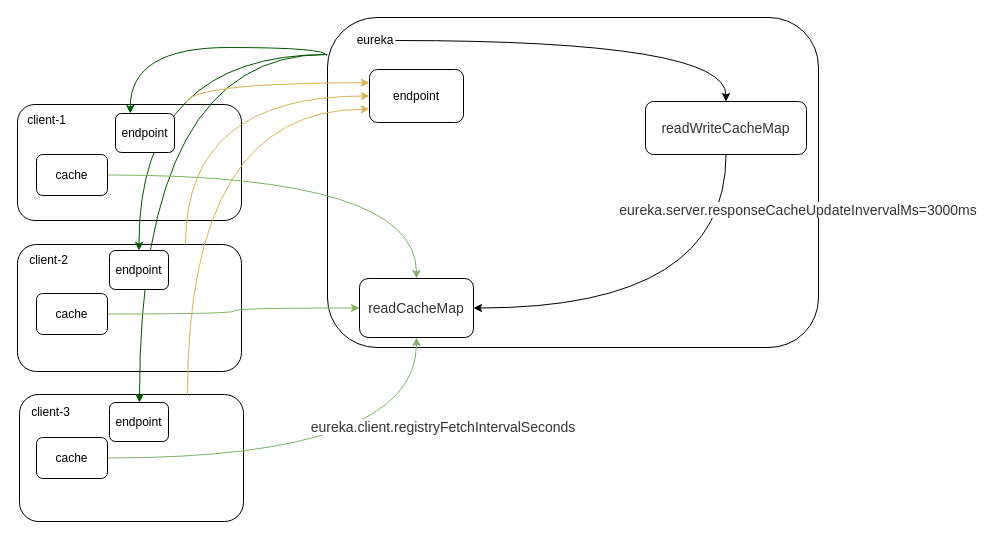
mingtian110/pc_home keeps this draw.io diagram as eureka注册.drawio. Above is the earlier version. Source tidied: cells renumbered, new cells numbered last; positions are measured from the earlier drawing's top-left corner, leaving out a move shared by most shapes. Both pictures are drawn from the tidied source at 100%, with x=0, y=0 at pixel (17, 17).
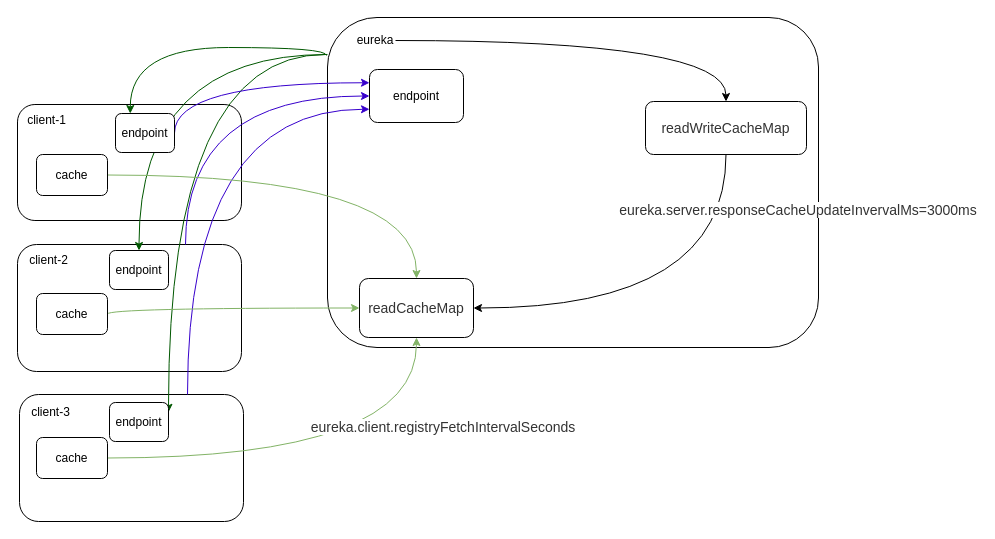
Above is the later version.

The change refers to these unchanged cells:
```xml
<mxCell id="2" style="rounded=1;whiteSpace=wrap;html=1;" parent="1" vertex="1">
  <mxGeometry y="87" width="224" height="116" as="geometry" />
</mxCell>
<mxCell id="3" style="rounded=1;whiteSpace=wrap;html=1;" parent="1" vertex="1">
  <mxGeometry y="227" width="224" height="127" as="geometry" />
</mxCell>
<mxCell id="4" style="rounded=1;whiteSpace=wrap;html=1;" parent="1" vertex="1">
  <mxGeometry x="2" y="377" width="224" height="127" as="geometry" />
</mxCell>
<mxCell id="8" style="rounded=1;whiteSpace=wrap;html=1;" parent="1" vertex="1">
  <mxGeometry x="310" width="491" height="330" as="geometry" />
</mxCell>
<mxCell id="11" value="&lt;div style=&quot;text-align: left ; line-height: 1.75 ; font-size: 14px&quot;&gt;&lt;span style=&quot;font-family: &amp;#34;arial&amp;#34; ; color: rgb(51 , 51 , 51) ; background-color: rgb(255 , 255 , 255)&quot;&gt;readCacheMap&lt;/span&gt;&lt;/div&gt;" style="rounded=1;whiteSpace=wrap;html=1;" parent="1" vertex="1">
  <mxGeometry x="342" y="261" width="114" height="59" as="geometry" />
</mxCell>
<mxCell id="15" value="endpoint" style="rounded=1;whiteSpace=wrap;html=1;" parent="1" vertex="1">
  <mxGeometry x="352" y="52" width="94" height="53" as="geometry" />
</mxCell>
<mxCell id="23" value="cache" style="rounded=1;whiteSpace=wrap;html=1;" parent="1" vertex="1">
  <mxGeometry x="19" y="276" width="71" height="41" as="geometry" />
</mxCell>
<mxCell id="29" value="endpoint" style="rounded=1;whiteSpace=wrap;html=1;" parent="1" vertex="1">
  <mxGeometry x="98" y="96" width="59" height="39" as="geometry" />
</mxCell>
<mxCell id="31" value="endpoint" style="rounded=1;whiteSpace=wrap;html=1;" parent="1" vertex="1">
  <mxGeometry x="92" y="385" width="59" height="39" as="geometry" />
</mxCell>
```

Diff of the diagram source:
```diff
@@
-    <mxCell id="7" style="edgeStyle=orthogonalEdgeStyle;curved=1;jettySize=auto;html=1;exitX=-0.004;exitY=0.112;exitDx=0;exitDy=0;shadow=0;exitPerimeter=0;fillColor=#008a00;strokeColor=#005700;" parent="1" edge="1" source="8" target="31">
+    <mxCell id="7" style="edgeStyle=orthogonalEdgeStyle;curved=1;jettySize=auto;html=1;exitX=-0.004;exitY=0.112;exitDx=0;exitDy=0;shadow=0;exitPerimeter=0;fillColor=#008a00;strokeColor=#005700;entryX=1;entryY=0.25;entryDx=0;entryDy=0;" parent="1" edge="1" source="8" target="31">
       <mxGeometry relative="1" as="geometry">
         <Array as="points">
-          <mxPoint x="122" y="37" />
+          <mxPoint x="151" y="37" />
         </Array>
       </mxGeometry>
     </mxCell>
@@
-    <mxCell id="16" style="edgeStyle=orthogonalEdgeStyle;curved=1;jettySize=auto;html=1;exitX=0.75;exitY=0;exitDx=0;exitDy=0;entryX=0;entryY=0.75;entryDx=0;entryDy=0;shadow=0;fillColor=#fff2cc;strokeColor=#d6b656;" parent="1" edge="1" source="4" target="15">
+    <mxCell id="16" style="edgeStyle=orthogonalEdgeStyle;curved=1;jettySize=auto;html=1;exitX=0.75;exitY=0;exitDx=0;exitDy=0;entryX=0;entryY=0.75;entryDx=0;entryDy=0;shadow=0;fillColor=#6a00ff;strokeColor=#3700CC;" parent="1" edge="1" source="4" target="15">
       <mxGeometry relative="1" as="geometry" />
     </mxCell>
-    <mxCell id="17" style="edgeStyle=orthogonalEdgeStyle;curved=1;jettySize=auto;html=1;exitX=0.75;exitY=0;exitDx=0;exitDy=0;entryX=0;entryY=0.5;entryDx=0;entryDy=0;shadow=0;fillColor=#fff2cc;strokeColor=#d6b656;" parent="1" edge="1" source="3" target="15">
+    <mxCell id="17" style="edgeStyle=orthogonalEdgeStyle;curved=1;jettySize=auto;html=1;exitX=0.75;exitY=0;exitDx=0;exitDy=0;entryX=0;entryY=0.5;entryDx=0;entryDy=0;shadow=0;fillColor=#6a00ff;strokeColor=#3700CC;" parent="1" edge="1" source="3" target="15">
       <mxGeometry relative="1" as="geometry" />
     </mxCell>
-    <mxCell id="18" style="edgeStyle=orthogonalEdgeStyle;curved=1;jettySize=auto;html=1;exitX=0.75;exitY=0;exitDx=0;exitDy=0;entryX=0;entryY=0.25;entryDx=0;entryDy=0;shadow=0;fillColor=#fff2cc;strokeColor=#d6b656;" parent="1" edge="1" source="2" target="15">
-      <mxGeometry relative="1" as="geometry" />
+    <mxCell id="18" style="edgeStyle=orthogonalEdgeStyle;curved=1;jettySize=auto;html=1;exitX=1;exitY=0.5;exitDx=0;exitDy=0;entryX=0;entryY=0.25;entryDx=0;entryDy=0;shadow=0;fillColor=#6a00ff;strokeColor=#3700CC;" parent="1" edge="1" source="29" target="15">
+      <mxGeometry relative="1" as="geometry">
+        <Array as="points">
+          <mxPoint x="157" y="65" />
+        </Array>
+      </mxGeometry>
     </mxCell>
@@
     <mxCell id="22" style="edgeStyle=orthogonalEdgeStyle;curved=1;jettySize=auto;html=1;exitX=1;exitY=0.5;exitDx=0;exitDy=0;entryX=0;entryY=0.5;entryDx=0;entryDy=0;shadow=0;fillColor=#d5e8d4;strokeColor=#82b366;" parent="1" edge="1" source="23" target="11">
-      <mxGeometry relative="1" as="geometry" />
+      <mxGeometry relative="1" as="geometry">
+        <Array as="points">
+          <mxPoint x="90" y="291" />
+        </Array>
+      </mxGeometry>
     </mxCell>
```
